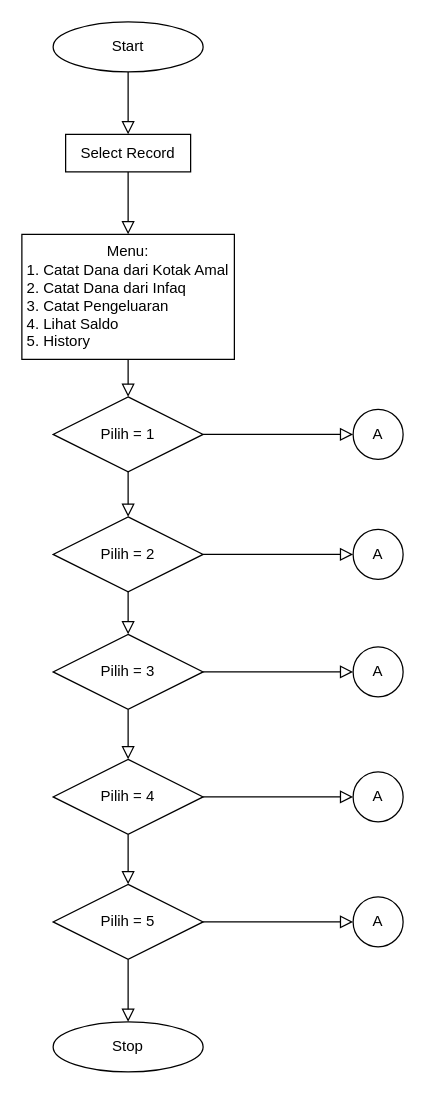
Above: uts/flowchart.drawio in rifkymaulana6/IF214002 (draw.io), before the change. Source tidied: cells renumbered, new cells numbered last; positions are measured from the earlier drawing's top-left corner, leaving out a move shared by most shapes. Both pictures are drawn from the tidied source at 125%, with x=0, y=0 at pixel (21, 21).
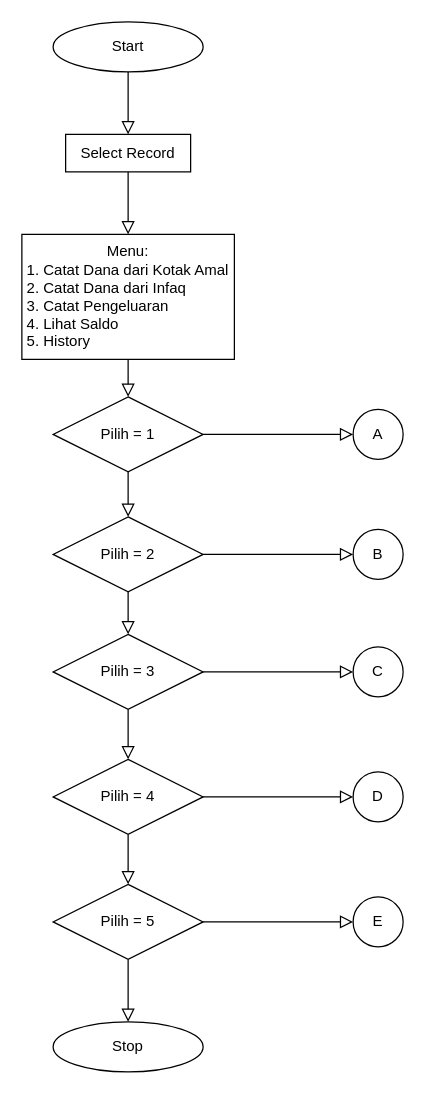
After the change.

Change to the diagram source:
```diff
@@
-    <mxCell id="19" value="A" style="ellipse;whiteSpace=wrap;html=1;" parent="1" vertex="1">
+    <mxCell id="19" value="E" style="ellipse;whiteSpace=wrap;html=1;" parent="1" vertex="1">
       <mxGeometry x="265" y="700" width="40" height="40" as="geometry" />
     </mxCell>
-    <mxCell id="20" value="A" style="ellipse;whiteSpace=wrap;html=1;" parent="1" vertex="1">
+    <mxCell id="20" value="D" style="ellipse;whiteSpace=wrap;html=1;" parent="1" vertex="1">
       <mxGeometry x="265" y="600" width="40" height="40" as="geometry" />
     </mxCell>
-    <mxCell id="21" value="A" style="ellipse;whiteSpace=wrap;html=1;" parent="1" vertex="1">
+    <mxCell id="21" value="C" style="ellipse;whiteSpace=wrap;html=1;" parent="1" vertex="1">
       <mxGeometry x="265" y="500" width="40" height="40" as="geometry" />
     </mxCell>
-    <mxCell id="22" value="A" style="ellipse;whiteSpace=wrap;html=1;" parent="1" vertex="1">
+    <mxCell id="22" value="B" style="ellipse;whiteSpace=wrap;html=1;" parent="1" vertex="1">
       <mxGeometry x="265" y="406" width="40" height="40" as="geometry" />
     </mxCell>
```
